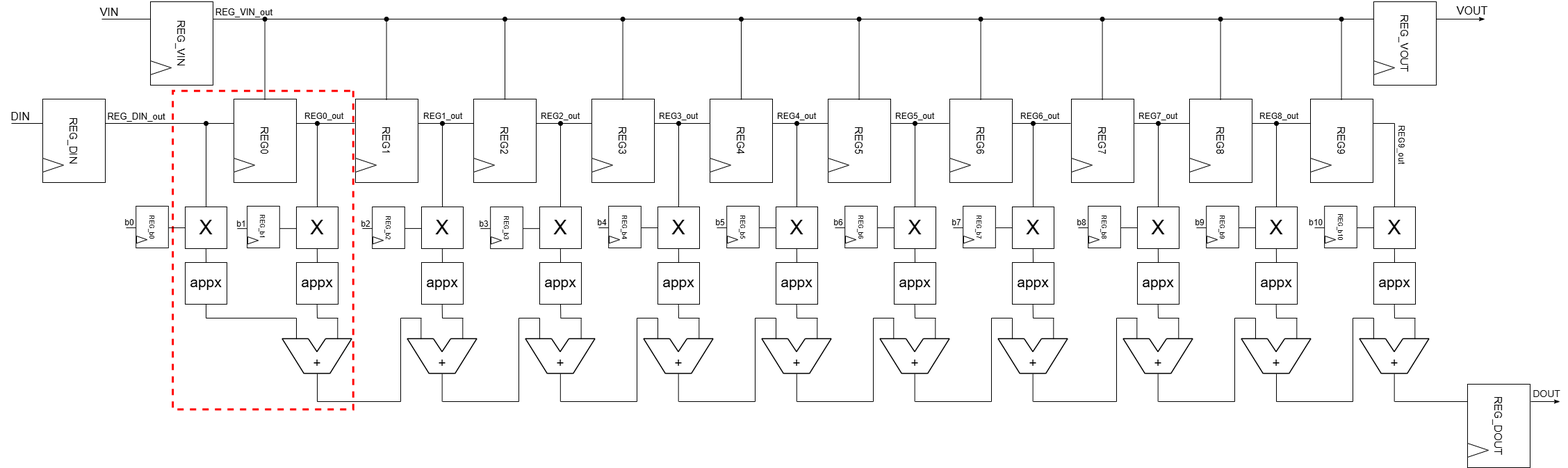
This is Immagini/2/FIR.drawio.png from Giangix02/labISA, a draw.io export, as it was before one commit. Source tidied: cells renumbered, new cells last; positions are measured from the earlier drawing's top-left corner, leaving out a move shared by most shapes.
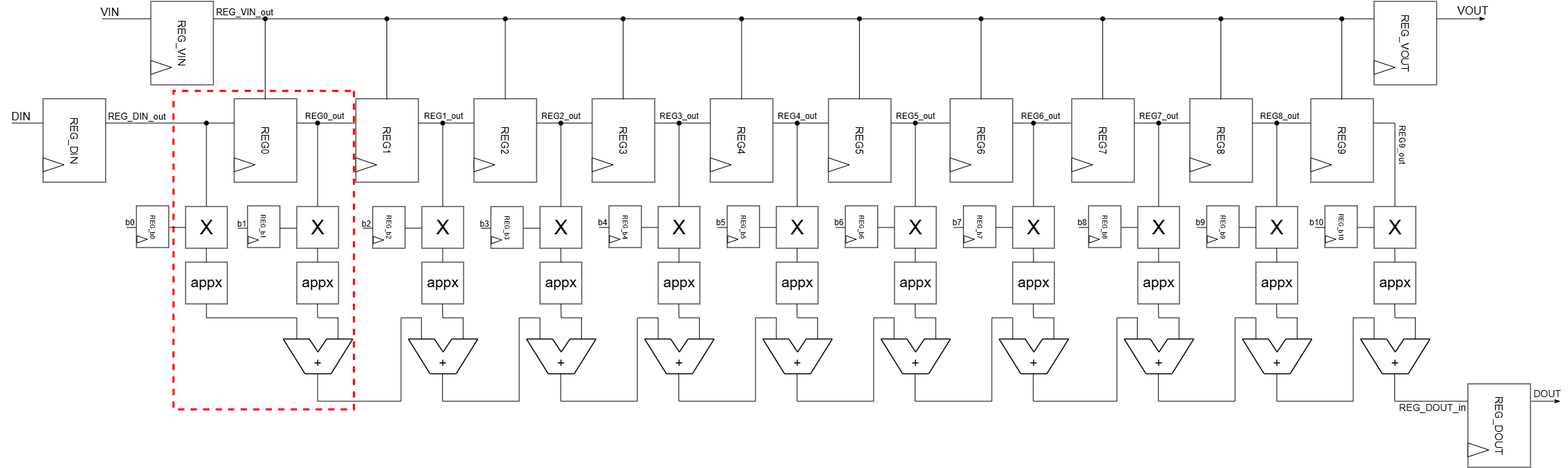
Later version of the same file.

Commit message:
schema unfolding

Change to the diagram source:
```diff
@@ -1643,5 +1643,8 @@
     <mxCell id="332" value="&lt;span&gt;REG9_out&lt;/span&gt;" style="text;html=1;whiteSpace=wrap;strokeColor=none;fillColor=none;align=center;verticalAlign=middle;rounded=0;fontSize=12;rotation=90;" parent="1" vertex="1">
       <mxGeometry x="1987" y="193" width="60" height="30" as="geometry" />
     </mxCell>
+    <mxCell id="333" value="REG_DOUT_in" style="text;html=1;whiteSpace=wrap;strokeColor=none;fillColor=none;align=center;verticalAlign=middle;rounded=0;fontSize=14;" parent="1" vertex="1">
+      <mxGeometry x="2031" y="571" width="60" height="30" as="geometry" />
+    </mxCell>
   </root>
 </mxGraphModel>
```
